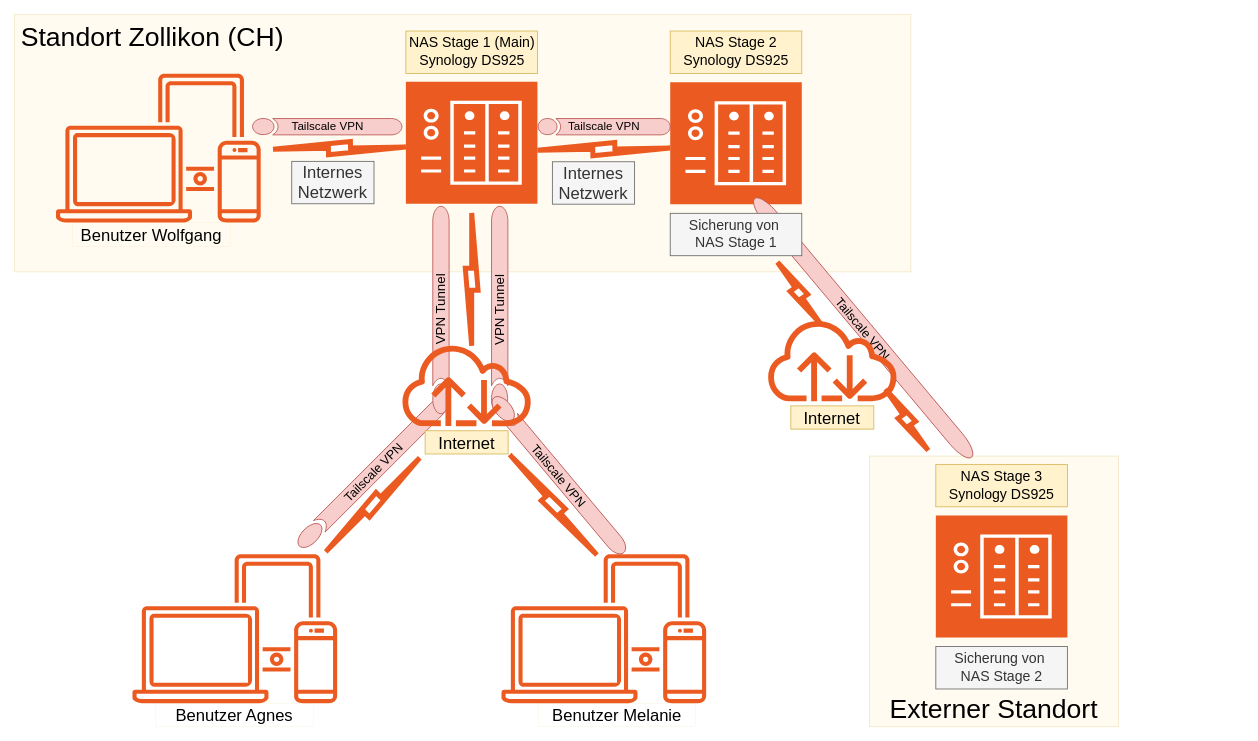
The draw.io diagram Data Management WWW.drawio in noelchiocchetti/SmarterTec, before the edit. Source tidied: cells renumbered, new cells numbered last; positions are measured from the earlier drawing's top-left corner, leaving out a move shared by most shapes. Both pictures are drawn from the tidied source at 83%, with x=0, y=0 at pixel (14, 14).
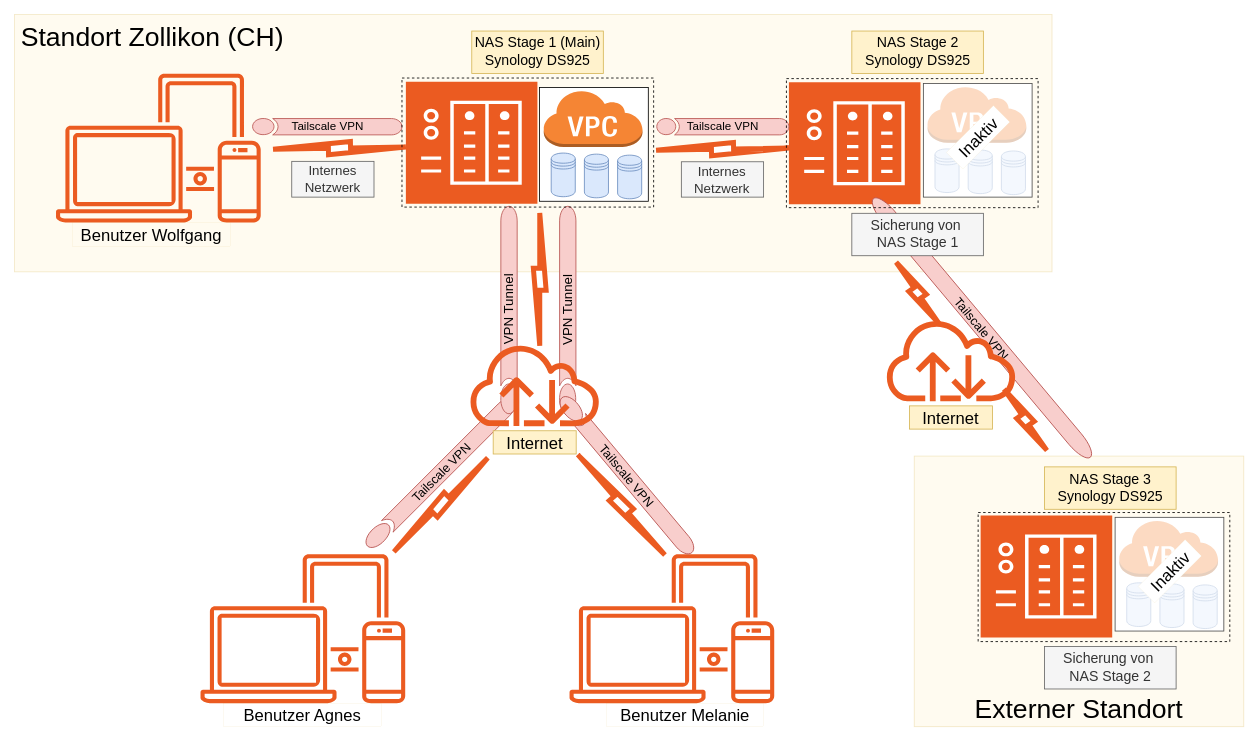
The same diagram, later.

What changed in the source:
```diff
@@
     <mxCell id="2" value="Externer Standort" style="rounded=0;whiteSpace=wrap;html=1;fillColor=#fff2cc;strokeColor=#d6b656;gradientColor=none;fillStyle=auto;opacity=30;verticalAlign=bottom;fontSize=32;" parent="1" vertex="1">
-      <mxGeometry x="1030" y="532" width="300" height="326" as="geometry" />
+      <mxGeometry x="1084" y="532" width="397" height="326" as="geometry" />
     </mxCell>
     <mxCell id="3" value="Standort Zollikon (CH)" style="rounded=0;whiteSpace=wrap;html=1;fillColor=#fff2cc;strokeColor=#d6b656;gradientColor=none;fillStyle=auto;opacity=30;verticalAlign=top;fontSize=32;labelPosition=center;verticalLabelPosition=middle;align=left;spacingLeft=6;spacingTop=2;" parent="1" vertex="1">
-      <mxGeometry width="1080" height="310" as="geometry" />
+      <mxGeometry width="1250" height="310" as="geometry" />
     </mxCell>
@@
     <mxCell id="6" style="sketch=0;shadow=0;dashed=0;html=1;strokeColor=none;fillColor=#EB5B21;labelPosition=center;verticalLabelPosition=bottom;verticalAlign=top;align=center;shape=mxgraph.veeam2.nas;" parent="1" vertex="1">
-      <mxGeometry x="790" y="81.5" width="158.5" height="147" as="geometry" />
+      <mxGeometry x="933" y="81.5" width="158.5" height="147" as="geometry" />
     </mxCell>
@@
     <mxCell id="8" style="html=1;verticalLabelPosition=bottom;align=center;labelBackgroundColor=#ffffff;verticalAlign=top;strokeWidth=6;strokeColor=#EB5B21;shadow=0;dashed=0;shape=mxgraph.ios7.icons.flash;rotation=-181;" parent="1" vertex="1">
-      <mxGeometry x="630" y="154.5" width="160" height="15.4" as="geometry" />
+      <mxGeometry x="773" y="154.5" width="160" height="15.4" as="geometry" />
     </mxCell>
-    <mxCell id="9" value="Internes&lt;div&gt;Netzwerk&lt;/div&gt;" style="whiteSpace=wrap;html=1;fillColor=#f5f5f5;strokeColor=#666666;fontSize=20;fontColor=#333333;" parent="1" vertex="1">
-      <mxGeometry x="334" y="176.9" width="99.1" height="51.1" as="geometry" />
+    <mxCell id="9" value="Internes&lt;div&gt;Netzwerk&lt;/div&gt;" style="whiteSpace=wrap;html=1;fillColor=#f5f5f5;strokeColor=#666666;fontSize=16;fontColor=#333333;" parent="1" vertex="1">
+      <mxGeometry x="334" y="176.9" width="99.1" height="43.1" as="geometry" />
     </mxCell>
     <mxCell id="10" style="sketch=0;gradientColor=none;fontColor=#545B64;strokeColor=none;fillColor=#EB5B21;dashed=0;verticalLabelPosition=bottom;verticalAlign=top;align=center;html=1;fontSize=12;fontStyle=0;shape=mxgraph.aws4.illustration_devices;" parent="1" vertex="1">
-      <mxGeometry x="142.1" y="650" width="246.6" height="180" as="geometry" />
+      <mxGeometry x="224.1" y="650" width="246.6" height="180" as="geometry" />
     </mxCell>
     <mxCell id="11" style="html=1;verticalLabelPosition=bottom;align=center;labelBackgroundColor=#ffffff;verticalAlign=top;strokeWidth=6;strokeColor=#EB5B21;shadow=0;dashed=0;shape=mxgraph.ios7.icons.flash;rotation=90;" parent="1" vertex="1">
-      <mxGeometry x="470.8" y="311.3" width="160" height="15.4" as="geometry" />
+      <mxGeometry x="552.8" y="311.3" width="160" height="15.4" as="geometry" />
     </mxCell>
-    <mxCell id="12" value="Internes&lt;div&gt;Netzwerk&lt;/div&gt;" style="whiteSpace=wrap;html=1;fillColor=#f5f5f5;strokeColor=#666666;fontSize=20;fontColor=#333333;" parent="1" vertex="1">
-      <mxGeometry x="648" y="177.4" width="99.1" height="51.1" as="geometry" />
+    <mxCell id="12" value="Internes&lt;div&gt;Netzwerk&lt;/div&gt;" style="whiteSpace=wrap;html=1;fillColor=#f5f5f5;strokeColor=#666666;fontSize=16;fontColor=#333333;" parent="1" vertex="1">
+      <mxGeometry x="803.4" y="177.4" width="99.1" height="42.6" as="geometry" />
     </mxCell>
     <mxCell id="13" value="&lt;div&gt;NAS Stage 1 (Main)&lt;/div&gt;&lt;div&gt;Synology DS925&lt;/div&gt;" style="whiteSpace=wrap;html=1;fillColor=#fff2cc;strokeColor=#d6b656;fontSize=17;" parent="1" vertex="1">
-      <mxGeometry x="471.5" y="19.9" width="158.5" height="51.1" as="geometry" />
+      <mxGeometry x="550.9" y="19.9" width="158.5" height="51.1" as="geometry" />
     </mxCell>
     <mxCell id="14" style="html=1;verticalLabelPosition=bottom;align=center;labelBackgroundColor=#ffffff;verticalAlign=top;strokeWidth=6;strokeColor=#EB5B21;shadow=0;dashed=0;shape=mxgraph.ios7.icons.flash;rotation=-225;" parent="1" vertex="1">
-      <mxGeometry x="351.6" y="583" width="160" height="15.4" as="geometry" />
+      <mxGeometry x="433.6" y="583" width="160" height="15.4" as="geometry" />
     </mxCell>
     <mxCell id="15" style="sketch=0;gradientColor=none;fontColor=#545B64;strokeColor=none;fillColor=#EB5B21;dashed=0;verticalLabelPosition=bottom;verticalAlign=top;align=center;html=1;fontSize=12;fontStyle=0;shape=mxgraph.aws4.illustration_devices;" parent="1" vertex="1">
-      <mxGeometry x="586.7" y="650" width="246.6" height="180" as="geometry" />
+      <mxGeometry x="668.7" y="650" width="246.6" height="180" as="geometry" />
     </mxCell>
@@
     <mxCell id="17" value="Benutzer Agnes" style="whiteSpace=wrap;html=1;fillColor=none;strokeColor=#d6b656;fontSize=20;strokeWidth=0;" parent="1" vertex="1">
-      <mxGeometry x="170.3" y="830" width="190" height="28" as="geometry" />
+      <mxGeometry x="252.3" y="830" width="190" height="28" as="geometry" />
     </mxCell>
     <mxCell id="18" value="Benutzer Melanie" style="whiteSpace=wrap;html=1;fillColor=none;strokeColor=#d6b656;fontSize=20;strokeWidth=0;" parent="1" vertex="1">
-      <mxGeometry x="630.8" y="830" width="190" height="28" as="geometry" />
+      <mxGeometry x="712.8" y="830" width="190" height="28" as="geometry" />
     </mxCell>
     <mxCell id="19" style="html=1;verticalLabelPosition=bottom;align=center;labelBackgroundColor=#ffffff;verticalAlign=top;strokeWidth=6;strokeColor=#EB5B21;shadow=0;dashed=0;shape=mxgraph.ios7.icons.flash;rotation=49;" parent="1" vertex="1">
-      <mxGeometry x="569.1" y="583" width="160" height="15.4" as="geometry" />
+      <mxGeometry x="651.1" y="583" width="160" height="15.4" as="geometry" />
     </mxCell>
     <mxCell id="20" value="VPN Tunnel" style="sketch=0;shadow=0;dashed=0;html=1;strokeColor=#b85450;labelPosition=center;verticalLabelPosition=middle;verticalAlign=middle;align=center;fillColor=#f8cecc;shape=mxgraph.mscae.general.tunnel;rotation=-90;fontSize=16;" parent="1" vertex="1">
-      <mxGeometry x="459.4" y="346" width="250" height="20" as="geometry" />
+      <mxGeometry x="541.4" y="346" width="250" height="20" as="geometry" />
     </mxCell>
     <mxCell id="21" value="Tailscale VPN" style="sketch=0;shadow=0;dashed=0;html=1;strokeColor=#b85450;labelPosition=center;verticalLabelPosition=middle;verticalAlign=middle;align=center;fillColor=#f8cecc;shape=mxgraph.mscae.general.tunnel;rotation=50;fontSize=15;" parent="1" vertex="1">
-      <mxGeometry x="819.1" y="367.5" width="406.8" height="20" as="geometry" />
+      <mxGeometry x="962.2" y="367.5" width="406.8" height="20" as="geometry" />
     </mxCell>
     <mxCell id="22" value="Tailscale VPN" style="sketch=0;shadow=0;dashed=0;html=1;strokeColor=#b85450;labelPosition=center;verticalLabelPosition=middle;verticalAlign=middle;align=center;fillColor=#f8cecc;shape=mxgraph.mscae.general.tunnel;rotation=-45;fontSize=15;" parent="1" vertex="1">
-      <mxGeometry x="306.6" y="542" width="250" height="20" as="geometry" />
+      <mxGeometry x="388.6" y="542" width="250" height="20" as="geometry" />
     </mxCell>
@@
     <mxCell id="24" value="VPN Tunnel" style="sketch=0;shadow=0;dashed=0;html=1;strokeColor=#b85450;labelPosition=center;verticalLabelPosition=middle;verticalAlign=middle;align=center;fillColor=#f8cecc;shape=mxgraph.mscae.general.tunnel;rotation=-90;fontSize=16;" parent="1" vertex="1">
-      <mxGeometry x="388.6" y="346" width="250" height="20" as="geometry" />
+      <mxGeometry x="470.6" y="346" width="250" height="20" as="geometry" />
     </mxCell>
     <mxCell id="25" value="&lt;div&gt;NAS Stage 2&lt;/div&gt;&lt;div&gt;Synology DS925&lt;/div&gt;" style="whiteSpace=wrap;html=1;fillColor=#fff2cc;strokeColor=#d6b656;fontSize=17;" parent="1" vertex="1">
-      <mxGeometry x="790" y="19.9" width="158.5" height="51.1" as="geometry" />
+      <mxGeometry x="1008.8" y="19.9" width="158.5" height="51.1" as="geometry" />
     </mxCell>
     <mxCell id="26" value="Tailscale VPN" style="sketch=0;shadow=0;dashed=0;html=1;strokeColor=#b85450;labelPosition=center;verticalLabelPosition=middle;verticalAlign=middle;align=center;fillColor=#f8cecc;shape=mxgraph.mscae.general.tunnel;rotation=0;fontSize=14;fontStyle=0;spacing=0;" parent="1" vertex="1">
-      <mxGeometry x="630.8" y="125" width="159.2" height="20" as="geometry" />
+      <mxGeometry x="773.8" y="125" width="159.2" height="20" as="geometry" />
     </mxCell>
     <mxCell id="27" value="Sicherung von&amp;nbsp;&lt;br&gt;NAS Stage 1" style="whiteSpace=wrap;html=1;fillColor=#f5f5f5;strokeColor=#666666;fontSize=17;fontColor=#333333;" parent="1" vertex="1">
-      <mxGeometry x="790" y="239.5" width="158.5" height="51.1" as="geometry" />
+      <mxGeometry x="1008.8" y="239.5" width="158.5" height="51.1" as="geometry" />
     </mxCell>
     <mxCell id="28" style="sketch=0;shadow=0;dashed=0;html=1;strokeColor=none;fillColor=#EB5B21;labelPosition=center;verticalLabelPosition=bottom;verticalAlign=top;align=center;shape=mxgraph.veeam2.nas;" parent="1" vertex="1">
-      <mxGeometry x="1110" y="603.6" width="158.5" height="147" as="geometry" />
+      <mxGeometry x="1164" y="603.6" width="158.5" height="147" as="geometry" />
     </mxCell>
     <mxCell id="29" value="&lt;div&gt;NAS Stage 3&lt;/div&gt;&lt;div&gt;Synology DS925&lt;/div&gt;" style="whiteSpace=wrap;html=1;fillColor=#fff2cc;strokeColor=#d6b656;fontSize=17;" parent="1" vertex="1">
-      <mxGeometry x="1110" y="542" width="158.5" height="51.1" as="geometry" />
+      <mxGeometry x="1241" y="545" width="158.5" height="51.1" as="geometry" />
     </mxCell>
     <mxCell id="30" value="Sicherung von&amp;nbsp;&lt;br&gt;NAS Stage 2" style="whiteSpace=wrap;html=1;fillColor=#f5f5f5;strokeColor=#666666;fontSize=17;fontColor=#333333;" parent="1" vertex="1">
-      <mxGeometry x="1110" y="761.5" width="158.5" height="51.1" as="geometry" />
+      <mxGeometry x="1241" y="761.5" width="158.5" height="51.1" as="geometry" />
     </mxCell>
     <mxCell id="31" style="sketch=0;fontColor=#232F3E;gradientColor=none;fillColor=#EB5B21;strokeColor=none;dashed=0;verticalLabelPosition=bottom;verticalAlign=top;align=center;html=1;fontSize=12;fontStyle=0;shape=mxgraph.aws4.internet;" parent="1" vertex="1">
-      <mxGeometry x="904" y="366" width="162.5" height="100" as="geometry" />
+      <mxGeometry x="1047" y="366" width="162.5" height="100" as="geometry" />
     </mxCell>
     <mxCell id="32" value="Internet" style="whiteSpace=wrap;html=1;fillColor=#fff2cc;strokeColor=#d6b656;fontSize=20;" parent="1" vertex="1">
-      <mxGeometry x="935.3" y="471.5" width="100" height="28" as="geometry" />
+      <mxGeometry x="1078.2" y="471.5" width="100" height="28" as="geometry" />
     </mxCell>
     <mxCell id="33" style="html=1;verticalLabelPosition=bottom;align=center;labelBackgroundColor=#ffffff;verticalAlign=top;strokeWidth=6;strokeColor=#EB5B21;shadow=0;dashed=0;shape=mxgraph.ios7.icons.flash;rotation=55;" parent="1" vertex="1">
-      <mxGeometry x="900" y="327.6" width="90" height="15.4" as="geometry" />
+      <mxGeometry x="1043" y="327.6" width="90" height="15.4" as="geometry" />
     </mxCell>
     <mxCell id="34" style="html=1;verticalLabelPosition=bottom;align=center;labelBackgroundColor=#ffffff;verticalAlign=top;strokeWidth=6;strokeColor=#EB5B21;shadow=0;dashed=0;shape=mxgraph.ios7.icons.flash;rotation=55;" parent="1" vertex="1">
-      <mxGeometry x="1030" y="480.6" width="90" height="15.4" as="geometry" />
+      <mxGeometry x="1173" y="480.6" width="90" height="15.4" as="geometry" />
     </mxCell>
     <mxCell id="35" value="Tailscale VPN" style="sketch=0;shadow=0;dashed=0;html=1;strokeColor=#b85450;labelPosition=center;verticalLabelPosition=middle;verticalAlign=middle;align=center;fillColor=#f8cecc;shape=mxgraph.mscae.general.tunnel;rotation=50;fontSize=15;" parent="1" vertex="1">
-      <mxGeometry x="534" y="545" width="243.6" height="20" as="geometry" />
+      <mxGeometry x="616" y="545" width="243.6" height="20" as="geometry" />
     </mxCell>
     <mxCell id="36" style="sketch=0;fontColor=#232F3E;gradientColor=none;fillColor=#EB5B21;strokeColor=none;dashed=0;verticalLabelPosition=bottom;verticalAlign=top;align=center;html=1;fontSize=12;fontStyle=0;shape=mxgraph.aws4.internet;" parent="1" vertex="1">
-      <mxGeometry x="463.4" y="396" width="162.5" height="100" as="geometry" />
+      <mxGeometry x="545.4" y="396" width="162.5" height="100" as="geometry" />
     </mxCell>
     <mxCell id="37" value="Internet" style="whiteSpace=wrap;html=1;fillColor=#fff2cc;strokeColor=#d6b656;fontSize=20;" parent="1" vertex="1">
-      <mxGeometry x="494.7" y="501.5" width="100" height="28" as="geometry" />
+      <mxGeometry x="576.7" y="501.5" width="100" height="28" as="geometry" />
     </mxCell>
+    <mxCell id="38" style="group;" parent="1" vertex="1">
+      <mxGeometry x="632.6" y="88" width="131" height="137" as="geometry" />
+    </mxCell>
+    <mxCell id="39" style="whiteSpace=wrap;html=1;" parent="38" vertex="1">
+      <mxGeometry width="131" height="137" as="geometry" />
+    </mxCell>
+    <mxCell id="40" style="dashed=0;verticalLabelPosition=bottom;verticalAlign=top;align=center;html=1;shape=mxgraph.aws3.virtual_private_cloud;fillColor=#F58534;gradientColor=none;" parent="38" vertex="1">
+      <mxGeometry x="4" y="2.5" width="120" height="69" as="geometry" />
+    </mxCell>
+    <mxCell id="41" style="shape=datastore;whiteSpace=wrap;html=1;fillColor=#dae8fc;strokeColor=#6c8ebf;" parent="38" vertex="1">
+      <mxGeometry x="14" y="78.9" width="29" height="52.6" as="geometry" />
+    </mxCell>
+    <mxCell id="42" style="shape=datastore;whiteSpace=wrap;html=1;fillColor=#dae8fc;strokeColor=#6c8ebf;" parent="38" vertex="1">
+      <mxGeometry x="54" y="80.2" width="29" height="52.6" as="geometry" />
+    </mxCell>
+    <mxCell id="43" style="shape=datastore;whiteSpace=wrap;html=1;fillColor=#dae8fc;strokeColor=#6c8ebf;" parent="38" vertex="1">
+      <mxGeometry x="94" y="81.4" width="29" height="52.6" as="geometry" />
+    </mxCell>
+    <mxCell id="44" style="whiteSpace=wrap;html=1;dashed=1;fillColor=none;" parent="1" vertex="1">
+      <mxGeometry x="466.8" y="76.5" width="303.2" height="155.5" as="geometry" />
+    </mxCell>
+    <mxCell id="45" style="whiteSpace=wrap;html=1;dashed=1;fillColor=none;" parent="1" vertex="1">
+      <mxGeometry x="930" y="77.2" width="303.2" height="155.5" as="geometry" />
+    </mxCell>
+    <mxCell id="46" style="group;fillColor=default;" parent="1" vertex="1">
+      <mxGeometry x="1095" y="83" width="131" height="137" as="geometry" />
+    </mxCell>
+    <mxCell id="47" style="dashed=0;verticalLabelPosition=bottom;verticalAlign=top;align=center;html=1;shape=mxgraph.aws3.virtual_private_cloud;fillColor=#F58534;gradientColor=none;" parent="46" vertex="1">
+      <mxGeometry x="4" y="2.5" width="120" height="69" as="geometry" />
+    </mxCell>
+    <mxCell id="48" style="shape=datastore;whiteSpace=wrap;html=1;fillColor=#dae8fc;strokeColor=#6c8ebf;" parent="46" vertex="1">
+      <mxGeometry x="14" y="78.9" width="29" height="52.6" as="geometry" />
+    </mxCell>
+    <mxCell id="49" style="shape=datastore;whiteSpace=wrap;html=1;fillColor=#dae8fc;strokeColor=#6c8ebf;" parent="46" vertex="1">
+      <mxGeometry x="54" y="80.2" width="29" height="52.6" as="geometry" />
+    </mxCell>
+    <mxCell id="50" style="shape=datastore;whiteSpace=wrap;html=1;fillColor=#dae8fc;strokeColor=#6c8ebf;" parent="46" vertex="1">
+      <mxGeometry x="94" y="81.4" width="29" height="52.6" as="geometry" />
+    </mxCell>
+    <mxCell id="51" style="whiteSpace=wrap;html=1;gradientColor=none;fillStyle=solid;fillColor=default;opacity=70;" parent="46" vertex="1">
+      <mxGeometry width="131" height="137" as="geometry" />
+    </mxCell>
+    <mxCell id="52" value="Inaktiv" style="whiteSpace=wrap;html=1;fillColor=default;strokeColor=#d6b656;fontSize=20;strokeWidth=0;rotation=-45;" parent="46" vertex="1">
+      <mxGeometry x="26" y="50.9" width="80" height="28" as="geometry" />
+    </mxCell>
+    <mxCell id="53" style="whiteSpace=wrap;html=1;dashed=1;fillColor=none;" parent="1" vertex="1">
+      <mxGeometry x="1161" y="600" width="303.2" height="155.5" as="geometry" />
+    </mxCell>
+    <mxCell id="54" style="group;fillColor=default;" parent="1" vertex="1">
+      <mxGeometry x="1326" y="605.8" width="131" height="137" as="geometry" />
+    </mxCell>
+    <mxCell id="55" style="dashed=0;verticalLabelPosition=bottom;verticalAlign=top;align=center;html=1;shape=mxgraph.aws3.virtual_private_cloud;fillColor=#F58534;gradientColor=none;" parent="54" vertex="1">
+      <mxGeometry x="4" y="2.5" width="120" height="69" as="geometry" />
+    </mxCell>
+    <mxCell id="56" style="shape=datastore;whiteSpace=wrap;html=1;fillColor=#dae8fc;strokeColor=#6c8ebf;" parent="54" vertex="1">
+      <mxGeometry x="14" y="78.9" width="29" height="52.6" as="geometry" />
+    </mxCell>
+    <mxCell id="57" style="shape=datastore;whiteSpace=wrap;html=1;fillColor=#dae8fc;strokeColor=#6c8ebf;" parent="54" vertex="1">
+      <mxGeometry x="54" y="80.2" width="29" height="52.6" as="geometry" />
+    </mxCell>
+    <mxCell id="58" style="shape=datastore;whiteSpace=wrap;html=1;fillColor=#dae8fc;strokeColor=#6c8ebf;" parent="54" vertex="1">
+      <mxGeometry x="94" y="81.4" width="29" height="52.6" as="geometry" />
+    </mxCell>
+    <mxCell id="59" style="whiteSpace=wrap;html=1;gradientColor=none;fillStyle=solid;fillColor=default;opacity=70;" parent="54" vertex="1">
+      <mxGeometry width="131" height="137" as="geometry" />
+    </mxCell>
+    <mxCell id="60" value="Inaktiv" style="whiteSpace=wrap;html=1;fillColor=default;strokeColor=#d6b656;fontSize=20;strokeWidth=0;rotation=-45;" parent="54" vertex="1">
+      <mxGeometry x="26" y="50.9" width="80" height="28" as="geometry" />
+    </mxCell>
```
